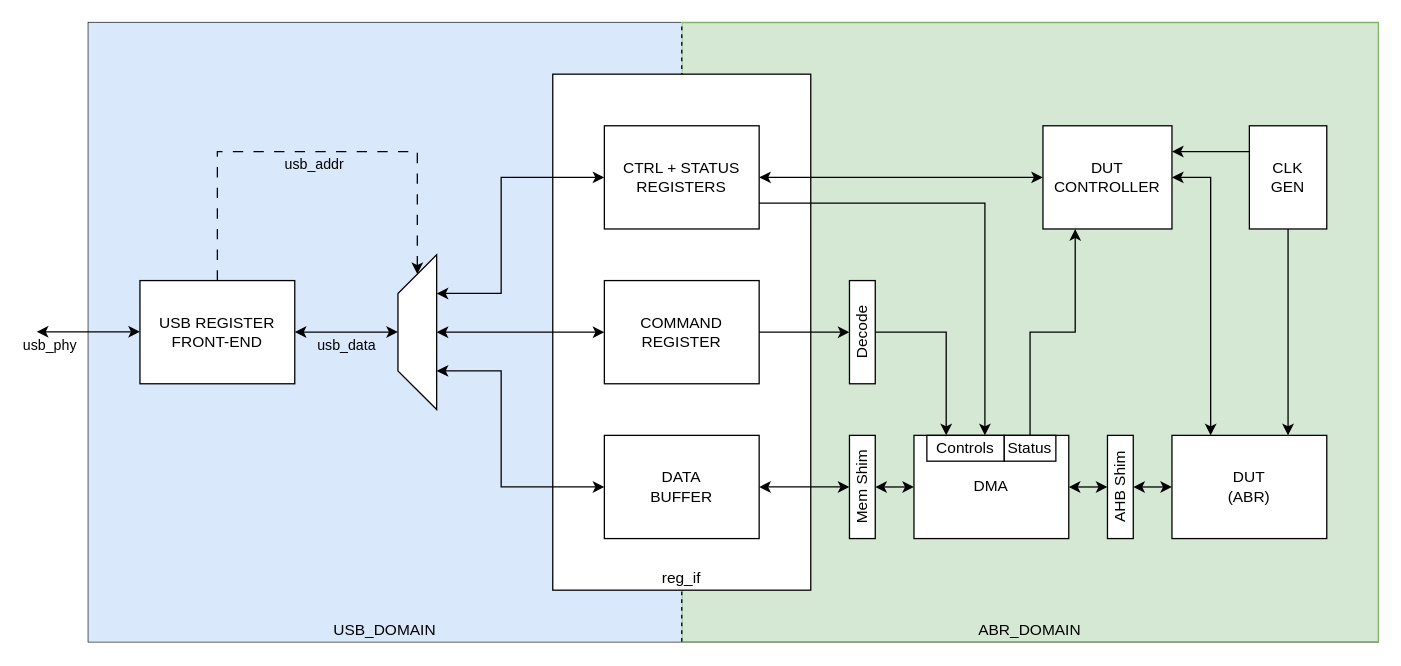
The draw.io diagram fpga/docs/abr_fpga.drawio in T-Szymk/abr-sim_fpga, before the edit. Source tidied: cells renumbered, new cells numbered last; positions are measured from the earlier drawing's top-left corner, leaving out a move shared by most shapes. Both pictures are drawn from the tidied source at 129%, with x=0, y=0 at pixel (36, 22).
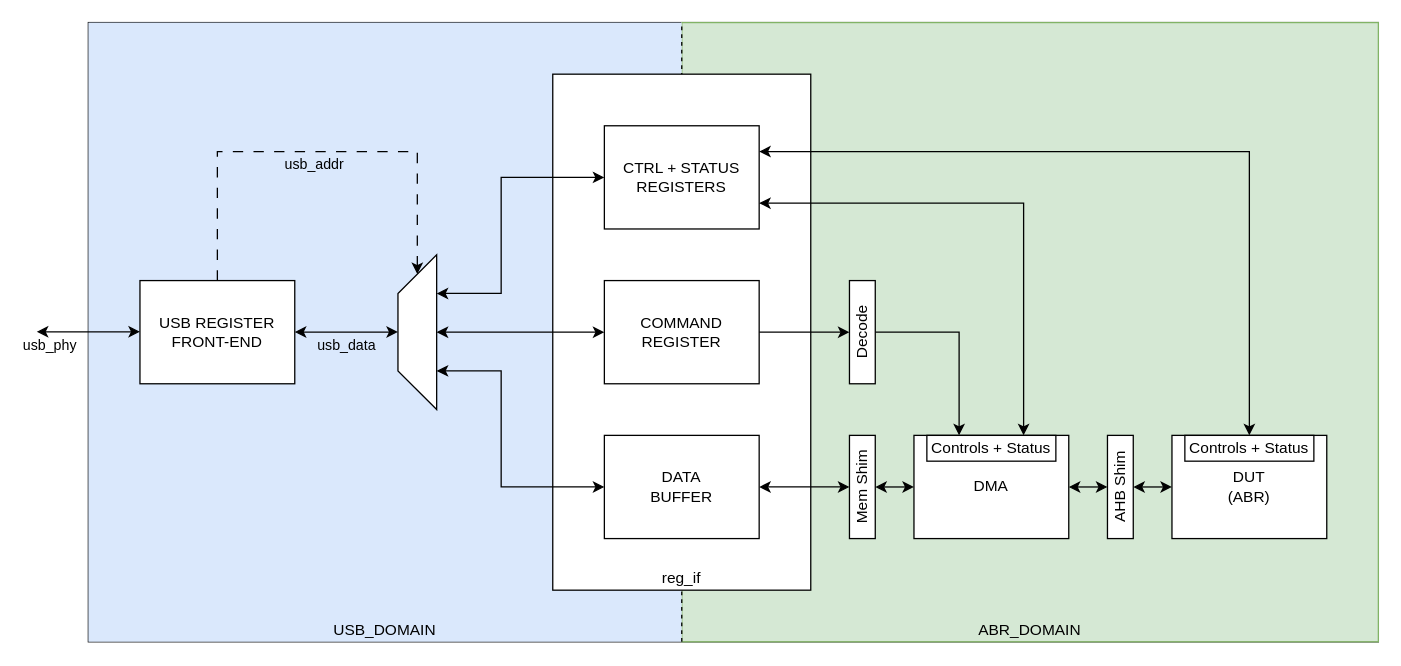
The same diagram, later.

Commit message (it also covers changes not shown here):
update current reg_map and drawings

The change refers to these unchanged cells:
```xml
<mxCell id="10" value="CTRL + STATUS&lt;div&gt;REGISTERS&lt;/div&gt;" style="rounded=0;whiteSpace=wrap;html=1;" parent="1" vertex="1">
  <mxGeometry x="440" y="80" width="120" height="80" as="geometry" />
</mxCell>
<mxCell id="30" value="DUT&lt;div&gt;(ABR)&lt;/div&gt;" style="rounded=0;whiteSpace=wrap;html=1;" parent="1" vertex="1">
  <mxGeometry x="880" y="320" width="120" height="80" as="geometry" />
</mxCell>
```

The edit, as a diff of the source:
```diff
@@
-    <mxCell id="9" style="edgeStyle=orthogonalEdgeStyle;rounded=0;jettySize=auto;html=1;exitX=1;exitY=0.5;exitDx=0;exitDy=0;entryX=0;entryY=0.5;entryDx=0;entryDy=0;startArrow=classic;startFill=1;" parent="1" edge="1" source="10" target="23">
-      <mxGeometry relative="1" as="geometry" />
-    </mxCell>
@@
-    <mxCell id="21" style="edgeStyle=orthogonalEdgeStyle;rounded=0;jettySize=auto;html=1;exitX=1;exitY=0.5;exitDx=0;exitDy=0;startArrow=classic;startFill=1;entryX=0.25;entryY=0;entryDx=0;entryDy=0;" parent="1" edge="1" source="23" target="30">
-      <mxGeometry relative="1" as="geometry" />
-    </mxCell>
-    <mxCell id="22" style="edgeStyle=orthogonalEdgeStyle;rounded=0;jettySize=auto;html=1;exitX=0.5;exitY=0;exitDx=0;exitDy=0;entryX=0.25;entryY=1;entryDx=0;entryDy=0;" parent="1" edge="1" source="38" target="23">
+    <mxCell id="22" style="edgeStyle=orthogonalEdgeStyle;rounded=0;jettySize=auto;html=1;exitX=0.5;exitY=0;exitDx=0;exitDy=0;entryX=1;entryY=0.25;entryDx=0;entryDy=0;startArrow=classic;startFill=1;" parent="1" edge="1" source="39" target="10">
       <mxGeometry relative="1" as="geometry" />
     </mxCell>
-    <mxCell id="23" value="DUT CONTROLLER" style="rounded=0;whiteSpace=wrap;html=1;" parent="1" vertex="1">
-      <mxGeometry x="780" y="80" width="100" height="80" as="geometry" />
-    </mxCell>
@@
-    <mxCell id="31" value="Controls" style="rounded=0;whiteSpace=wrap;html=1;verticalAlign=middle;horizontal=1;" parent="1" vertex="1">
-      <mxGeometry x="690" y="320" width="60" height="20" as="geometry" />
+    <mxCell id="31" value="Controls + Status" style="rounded=0;whiteSpace=wrap;html=1;verticalAlign=middle;horizontal=1;" parent="1" vertex="1">
+      <mxGeometry x="690" y="320" width="100" height="20" as="geometry" />
     </mxCell>
-    <mxCell id="32" style="edgeStyle=orthogonalEdgeStyle;rounded=0;jettySize=auto;html=1;exitX=0.5;exitY=1;exitDx=0;exitDy=0;entryX=0.75;entryY=0;entryDx=0;entryDy=0;" parent="1" edge="1" source="34" target="30">
-      <mxGeometry relative="1" as="geometry" />
-    </mxCell>
-    <mxCell id="33" style="edgeStyle=orthogonalEdgeStyle;rounded=0;jettySize=auto;html=1;exitX=0;exitY=0.25;exitDx=0;exitDy=0;entryX=1;entryY=0.25;entryDx=0;entryDy=0;" parent="1" edge="1" source="34" target="23">
-      <mxGeometry relative="1" as="geometry" />
-    </mxCell>
-    <mxCell id="34" value="CLK&lt;div&gt;GEN&lt;/div&gt;" style="rounded=0;whiteSpace=wrap;html=1;" parent="1" vertex="1">
-      <mxGeometry x="940" y="80" width="60" height="80" as="geometry" />
-    </mxCell>
-    <mxCell id="35" style="endArrow=classic;html=1;rounded=0;exitX=1;exitY=0.75;exitDx=0;exitDy=0;entryX=0.75;entryY=0;entryDx=0;entryDy=0;" parent="1" edge="1" source="10" target="31">
+    <mxCell id="35" style="endArrow=classic;html=1;rounded=0;exitX=0.75;exitY=0;exitDx=0;exitDy=0;entryX=1;entryY=0.75;entryDx=0;entryDy=0;startArrow=classic;startFill=1;" parent="1" edge="1" source="31" target="10">
       <mxGeometry relative="1" as="geometry">
         <Array as="points">
+          <mxPoint x="765" y="140" />
           <mxPoint x="650" y="140" />
-          <mxPoint x="735" y="140" />
         </Array>
       </mxGeometry>
     </mxCell>
@@
-    <mxCell id="38" value="Status" style="rounded=0;whiteSpace=wrap;html=1;verticalAlign=middle;horizontal=1;" parent="1" vertex="1">
-      <mxGeometry x="750" y="320" width="40" height="20" as="geometry" />
-    </mxCell>
+    <mxCell id="39" value="Controls + Status" style="rounded=0;whiteSpace=wrap;html=1;verticalAlign=middle;horizontal=1;" parent="1" vertex="1">
+      <mxGeometry x="890" y="320" width="100" height="20" as="geometry" />
+    </mxCell>
```
